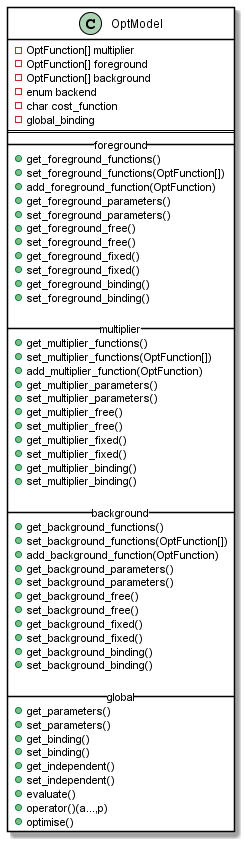
Above: optimisation/design/images/OptModel_diagram.png in pace-neutrons/pace-developers (PlantUML), before the change. The source it was exported from:
```plantuml
@startuml

skinparam class {
BackgroundColor White
ArrowColor Black
BorderColor Black
}

class OptModel{
- OptFunction[] multiplier
- OptFunction[] foreground
- OptFunction[] background
- enum backend
- char cost_function
- global_binding
==
__ foreground __
+ get_foreground_functions()
+ set_foreground_functions(OptFunction[])
+ add_foreground_function(OptFunction)
+ get_foreground_parameters()
+ set_foreground_parameters()
+ get_foreground_free()
+ set_foreground_free()
+ get_foreground_fixed()
+ set_foreground_fixed()
+ get_foreground_binding()
+ set_foreground_binding()

__ multiplier __
+ get_multiplier_functions()
+ set_multiplier_functions(OptFunction[])
+ add_multiplier_function(OptFunction)
+ get_multiplier_parameters()
+ set_multiplier_parameters()
+ get_multiplier_free()
+ set_multiplier_free()
+ get_multiplier_fixed()
+ set_multiplier_fixed()
+ get_multiplier_binding()
+ set_multiplier_binding()

__ background __
+ get_background_functions()
+ set_background_functions(OptFunction[])
+ add_background_function(OptFunction)
+ get_background_parameters()
+ set_background_parameters()
+ get_background_free()
+ set_background_free()
+ get_background_fixed()
+ set_background_fixed()
+ get_background_binding()
+ set_background_binding()

__ global __
+ get_parameters()
+ set_parameters()
+ get_binding()
+ set_binding()
+ get_independent()
+ set_independent()
+ evaluate()
+ operator()(a...,p)
+ optimise()
}
@enduml
```
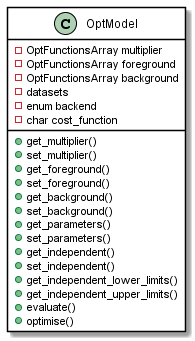
Later version of the same file.

Commit message:
Split-out duplicated OptModel properties into new class

What changed in the source:
```diff
@@ -1,4 +1,4 @@
-@startuml
+@startuml OptModel_diagram
 
 skinparam class {
 BackgroundColor White
@@ -7,61 +7,25 @@
 }
 
 class OptModel{
-- OptFunction[] multiplier
-- OptFunction[] foreground
-- OptFunction[] background
+- OptFunctionsArray multiplier
+- OptFunctionsArray foreground
+- OptFunctionsArray background
+- datasets
 - enum backend
 - char cost_function
-- global_binding
-==
-__ foreground __
-+ get_foreground_functions()
-+ set_foreground_functions(OptFunction[])
-+ add_foreground_function(OptFunction)
-+ get_foreground_parameters()
-+ set_foreground_parameters()
-+ get_foreground_free()
-+ set_foreground_free()
-+ get_foreground_fixed()
-+ set_foreground_fixed()
-+ get_foreground_binding()
-+ set_foreground_binding()
-
-__ multiplier __
-+ get_multiplier_functions()
-+ set_multiplier_functions(OptFunction[])
-+ add_multiplier_function(OptFunction)
-+ get_multiplier_parameters()
-+ set_multiplier_parameters()
-+ get_multiplier_free()
-+ set_multiplier_free()
-+ get_multiplier_fixed()
-+ set_multiplier_fixed()
-+ get_multiplier_binding()
-+ set_multiplier_binding()
-
-__ background __
-+ get_background_functions()
-+ set_background_functions(OptFunction[])
-+ add_background_function(OptFunction)
-+ get_background_parameters()
-+ set_background_parameters()
-+ get_background_free()
-+ set_background_free()
-+ get_background_fixed()
-+ set_background_fixed()
-+ get_background_binding()
-+ set_background_binding()
-
-__ global __
++ get_multiplier()
++ set_multiplier()
++ get_foreground()
++ set_foreground()
++ get_background()
++ set_background()
 + get_parameters()
 + set_parameters()
-+ get_binding()
-+ set_binding()
 + get_independent()
 + set_independent()
++ get_independent_lower_limits()
++ get_independent_upper_limits()
 + evaluate()
-+ operator()(a...,p)
 + optimise()
 }
 @enduml
```
